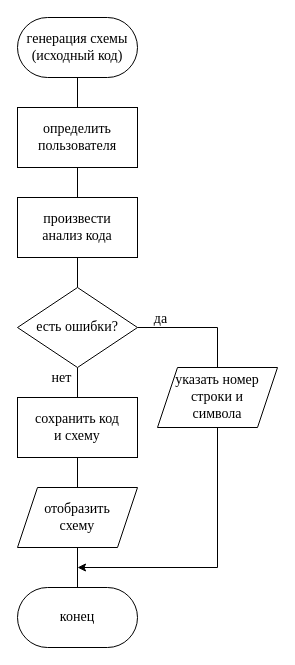
This is docs/graphics/overviewchart.drawio from madopew/ctog, a draw.io file, before an edit. Source tidied: cells renumbered, new cells numbered last; positions are measured from the earlier drawing's top-left corner, leaving out a move shared by most shapes. Both pictures are drawn from the tidied source at 100%, with x=0, y=0 at pixel (17, 17).
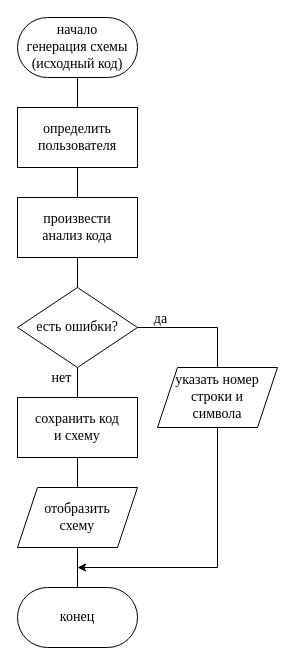
After the change.

Diff of the diagram source:
```diff
@@
-    <mxCell id="3" value="генерация схемы&lt;br style=&quot;font-size: 14px;&quot;&gt;(исходный код)" style="rounded=1;whiteSpace=wrap;html=1;arcSize=50;fontFamily=Times New Roman;fontSize=14;" parent="1" vertex="1">
+    <mxCell id="3" value="начало&lt;br&gt;генерация схемы&lt;br style=&quot;font-size: 14px;&quot;&gt;(исходный код)" style="rounded=1;whiteSpace=wrap;html=1;arcSize=50;fontFamily=Times New Roman;fontSize=14;" parent="1" vertex="1">
       <mxGeometry width="120" height="60" as="geometry" />
     </mxCell>
```
